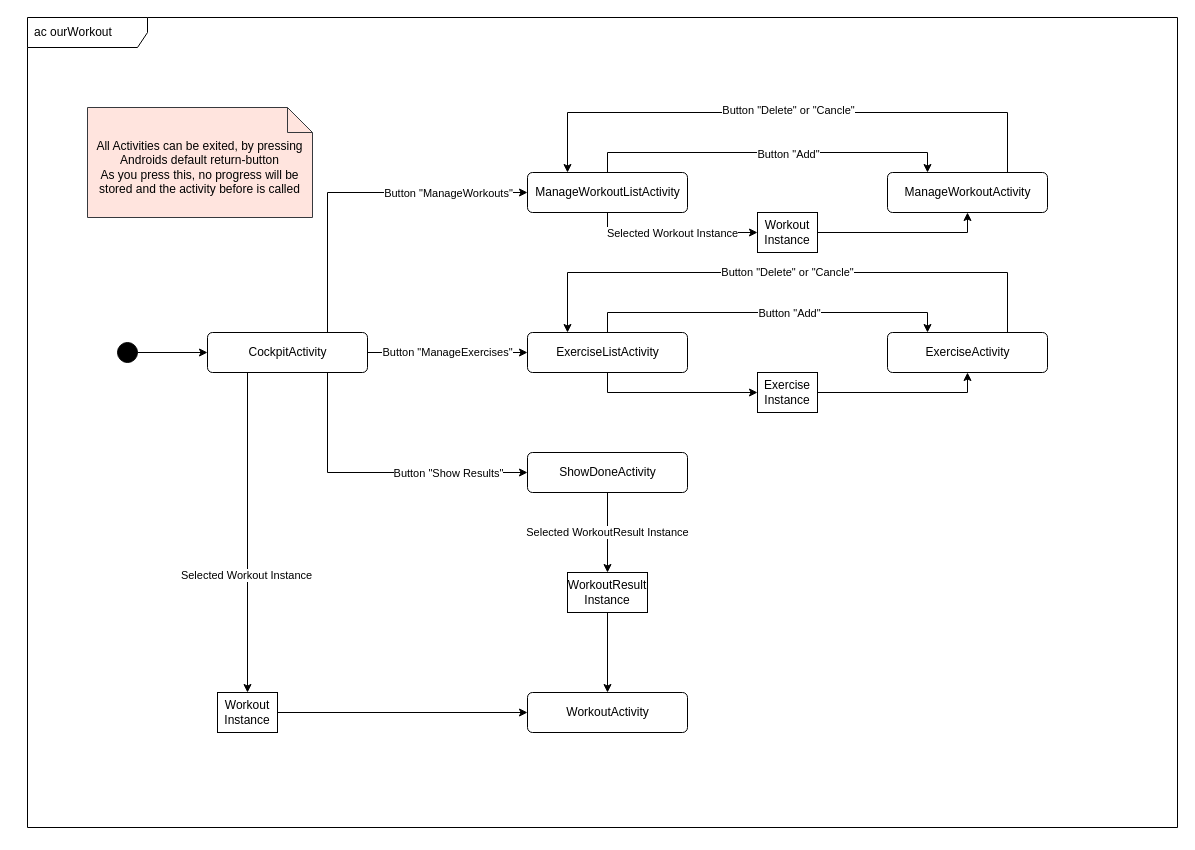
Vollol1/ourWorkout keeps this draw.io diagram as page "activity-diagram" (4 of 4) of 01_Documentation/diagrams.drawio. Above is the earlier version. Source tidied: cells renumbered, new cells numbered last; positions are measured from the earlier drawing's top-left corner, leaving out a move shared by most shapes. Both pictures are drawn from the tidied source at 100%, with x=0, y=0 at pixel (27, 17).
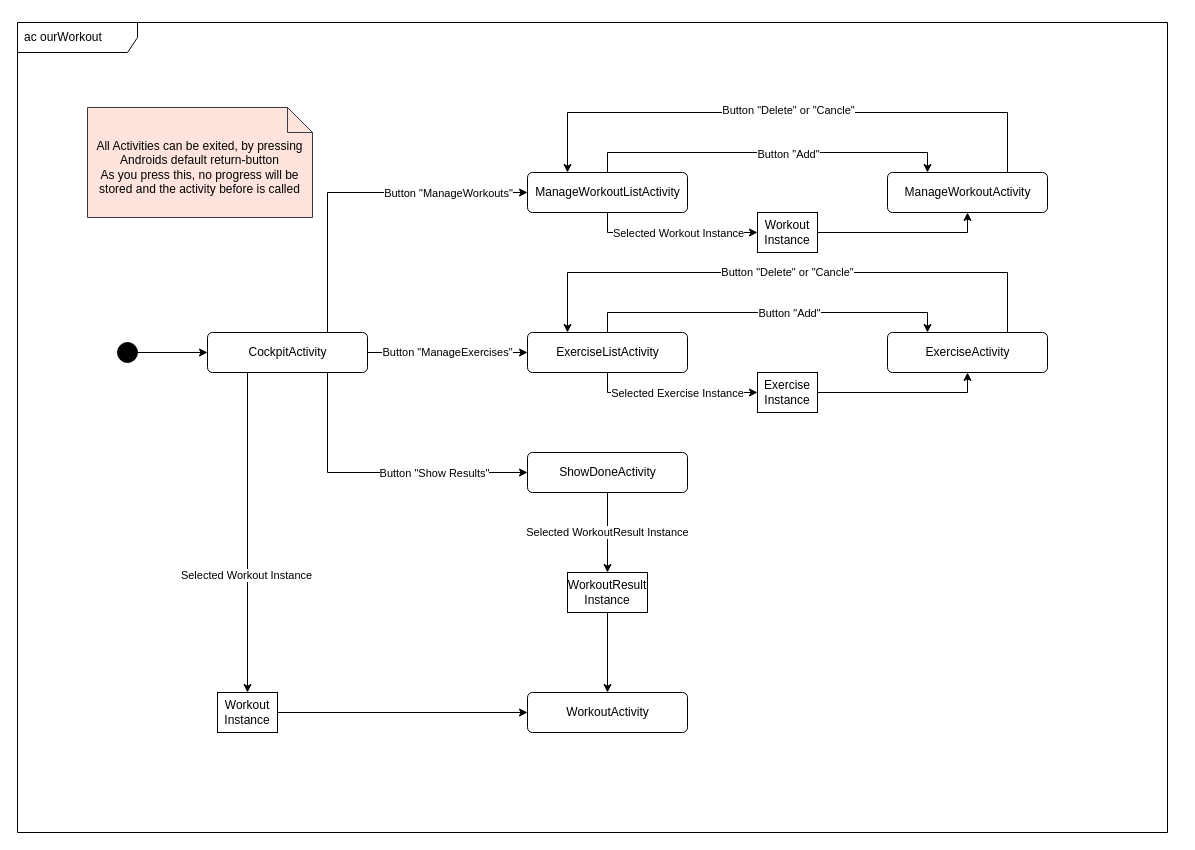
After the change.

Commit message (it also covers changes not shown here):
Small fix - Add line in activityDiagram

Unchanged cells that the change refers to:
```xml
<mxCell id="9" value="CockpitActivity" style="html=1;align=center;verticalAlign=middle;rounded=1;absoluteArcSize=1;arcSize=10;dashed=0;" parent="1" vertex="1">
  <mxGeometry x="180" y="315" width="160" height="40" as="geometry" />
</mxCell>
<mxCell id="14" style="edgeStyle=orthogonalEdgeStyle;rounded=0;jettySize=auto;html=1;exitX=0.5;exitY=1;exitDx=0;exitDy=0;" parent="1" edge="1" source="16" target="32">
  <mxGeometry relative="1" as="geometry" />
</mxCell>
<mxCell id="21" value="ShowDoneActivity" style="html=1;align=center;verticalAlign=middle;rounded=1;absoluteArcSize=1;arcSize=10;dashed=0;" parent="1" vertex="1">
  <mxGeometry x="500" y="435" width="160" height="40" as="geometry" />
</mxCell>
<mxCell id="23" style="edgeStyle=orthogonalEdgeStyle;rounded=0;jettySize=auto;html=1;exitX=0.5;exitY=1;exitDx=0;exitDy=0;" parent="1" edge="1" source="26" target="36">
  <mxGeometry relative="1" as="geometry" />
</mxCell>
```

Diff of the diagram source:
```diff
@@
+    <mxCell id="38" value="ac ourWorkout" style="shape=umlFrame;whiteSpace=wrap;html=1;width=120;height=30;boundedLbl=1;verticalAlign=middle;align=left;spacingLeft=5;fillColor=default;" parent="1" vertex="1">
+      <mxGeometry x="-10" y="5" width="1150" height="810" as="geometry" />
+    </mxCell>
@@
-    <mxCell id="5" style="edgeStyle=orthogonalEdgeStyle;rounded=0;jettySize=auto;html=1;exitX=0.75;exitY=1;exitDx=0;exitDy=0;" parent="1" edge="1" source="9" target="21">
+    <mxCell id="5" style="edgeStyle=orthogonalEdgeStyle;rounded=0;jettySize=auto;html=1;exitX=0.5;exitY=1;exitDx=0;exitDy=0;startArrow=none;" parent="1" edge="1" source="9" target="21">
       <mxGeometry relative="1" as="geometry">
         <Array as="points">
+          <mxPoint x="300" y="355" />
           <mxPoint x="300" y="455" />
         </Array>
       </mxGeometry>
     </mxCell>
@@
     <mxCell id="15" value="Selected Workout Instance" style="edgeLabel;html=1;align=center;verticalAlign=middle;" parent="14" vertex="1">
       <mxGeometry x="-0.19" y="2" relative="1" as="geometry">
-        <mxPoint x="15" y="2" as="offset" />
+        <mxPoint x="21" y="2" as="offset" />
       </mxGeometry>
     </mxCell>
@@
+    <mxCell id="39" value="Selected Exercise Instance" style="edgeLabel;html=1;align=center;verticalAlign=middle;" parent="23" vertex="1">
+      <mxGeometry x="0.24" y="1" relative="1" as="geometry">
+        <mxPoint x="-16" y="1" as="offset" />
+      </mxGeometry>
+    </mxCell>
@@
-    <mxCell id="38" value="ac ourWorkout" style="shape=umlFrame;whiteSpace=wrap;html=1;width=120;height=30;boundedLbl=1;verticalAlign=middle;align=left;spacingLeft=5;fillColor=default;" parent="1" vertex="1">
-      <mxGeometry width="1150" height="810" as="geometry" />
-    </mxCell>
```
